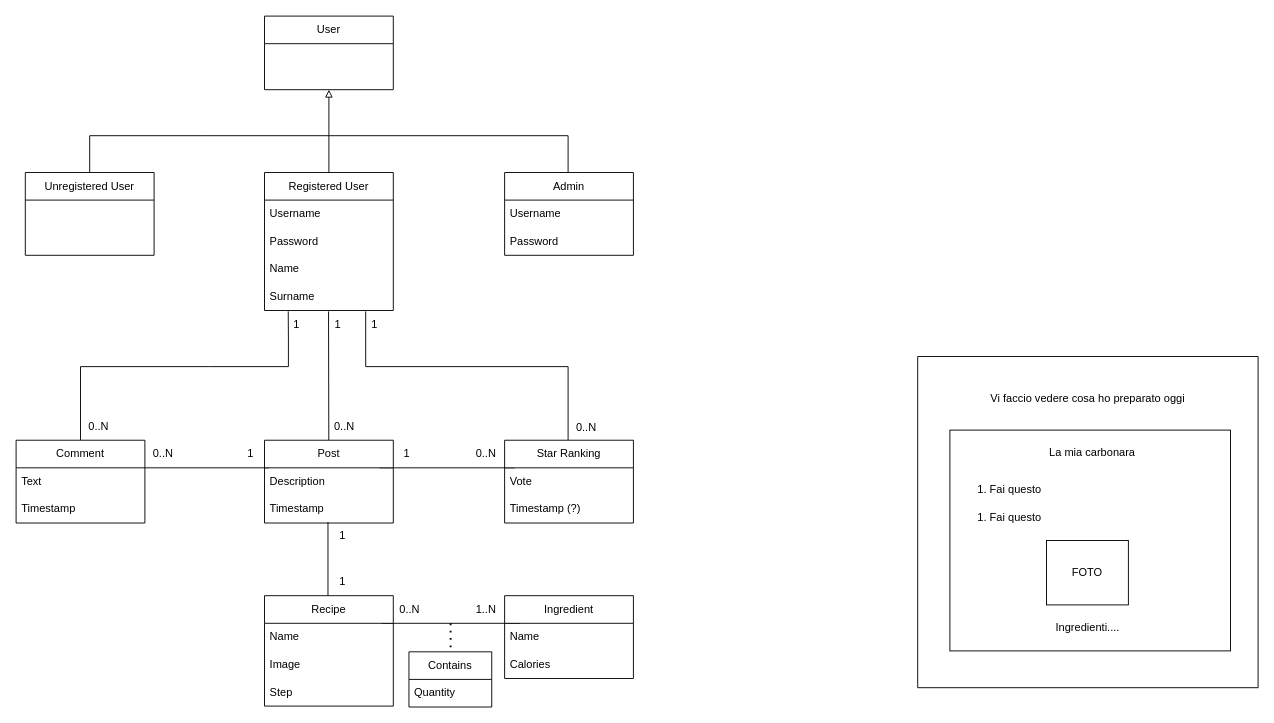
GiuseppeSoriano/WeFood keeps this draw.io diagram as page "Pagina-2" (2 of 3) of Idea/PowerPoint/Resources/uml_class_diagram.drawio. Above is the earlier version. Source tidied: cells renumbered, new cells numbered last; positions are measured from the earlier drawing's top-left corner, leaving out a move shared by most shapes. Both pictures are drawn from the tidied source at 92%, with x=0, y=0 at pixel (16, 16).
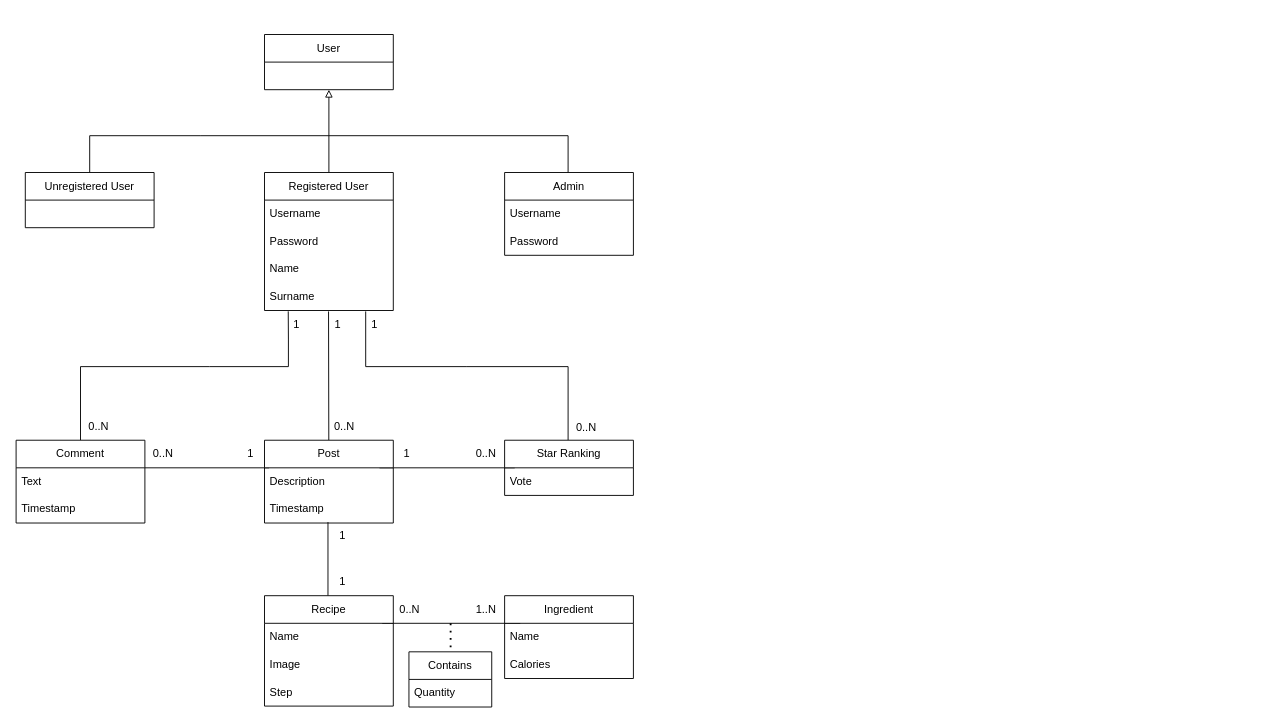
The same diagram, later.

What changed in the source:
```diff
@@
     <mxCell id="29" value="User" style="swimlane;fontStyle=0;horizontal=1;startSize=30;whiteSpace=wrap;html=1;" parent="1" vertex="1">
-      <mxGeometry x="270" width="140" height="80" as="geometry" />
+      <mxGeometry x="270" y="20" width="140" height="60" as="geometry" />
     </mxCell>
     <mxCell id="30" value="Unregistered User" style="swimlane;fontStyle=0;horizontal=1;startSize=30;whiteSpace=wrap;html=1;" parent="1" vertex="1">
-      <mxGeometry x="10" y="170" width="140" height="90" as="geometry" />
+      <mxGeometry x="10" y="170" width="140" height="60" as="geometry" />
     </mxCell>
@@
     <mxCell id="45" value="Star Ranking" style="swimlane;fontStyle=0;horizontal=1;startSize=30;whiteSpace=wrap;html=1;" parent="1" vertex="1">
-      <mxGeometry x="531" y="461" width="140" height="90" as="geometry" />
+      <mxGeometry x="531" y="461" width="140" height="60" as="geometry" />
     </mxCell>
@@
-    <mxCell id="47" value="Timestamp (?)" style="text;strokeColor=none;fillColor=none;align=left;verticalAlign=middle;spacingLeft=4;spacingRight=4;overflow=hidden;whiteSpace=wrap;html=1;" parent="45" vertex="1">
-      <mxGeometry y="60" width="140" height="30" as="geometry" />
-    </mxCell>
@@
-    <mxCell id="55" style="swimlane;startSize=0;" parent="1" vertex="1">
-      <mxGeometry x="980" y="370" width="370" height="360" as="geometry" />
-    </mxCell>
-    <mxCell id="56" value="Vi faccio vedere cosa ho preparato oggi" style="text;html=1;strokeColor=none;fillColor=none;align=center;verticalAlign=middle;whiteSpace=wrap;rounded=0;" parent="55" vertex="1">
-      <mxGeometry x="34.5" y="31" width="300" height="30" as="geometry" />
-    </mxCell>
-    <mxCell id="57" style="rounded=0;whiteSpace=wrap;html=1;" parent="55" vertex="1">
-      <mxGeometry x="35" y="80" width="305" height="240" as="geometry" />
-    </mxCell>
-    <mxCell id="58" value="La mia carbonara" style="text;html=1;strokeColor=none;fillColor=none;align=center;verticalAlign=middle;whiteSpace=wrap;rounded=0;" parent="55" vertex="1">
-      <mxGeometry x="40" y="90" width="300" height="30" as="geometry" />
-    </mxCell>
-    <mxCell id="59" value="1. Fai questo" style="text;html=1;strokeColor=none;fillColor=none;align=center;verticalAlign=middle;whiteSpace=wrap;rounded=0;" parent="55" vertex="1">
-      <mxGeometry x="-50" y="130" width="300" height="30" as="geometry" />
-    </mxCell>
-    <mxCell id="60" value="FOTO" style="rounded=0;whiteSpace=wrap;html=1;" parent="55" vertex="1">
-      <mxGeometry x="140" y="200" width="89" height="70" as="geometry" />
-    </mxCell>
-    <mxCell id="61" value="Ingredienti...." style="text;html=1;strokeColor=none;fillColor=none;align=center;verticalAlign=middle;whiteSpace=wrap;rounded=0;" parent="55" vertex="1">
-      <mxGeometry x="34.5" y="280" width="300" height="30" as="geometry" />
-    </mxCell>
-    <mxCell id="62" value="1. Fai questo" style="text;html=1;strokeColor=none;fillColor=none;align=center;verticalAlign=middle;whiteSpace=wrap;rounded=0;" parent="55" vertex="1">
-      <mxGeometry x="-50" y="160" width="300" height="30" as="geometry" />
-    </mxCell>
```
